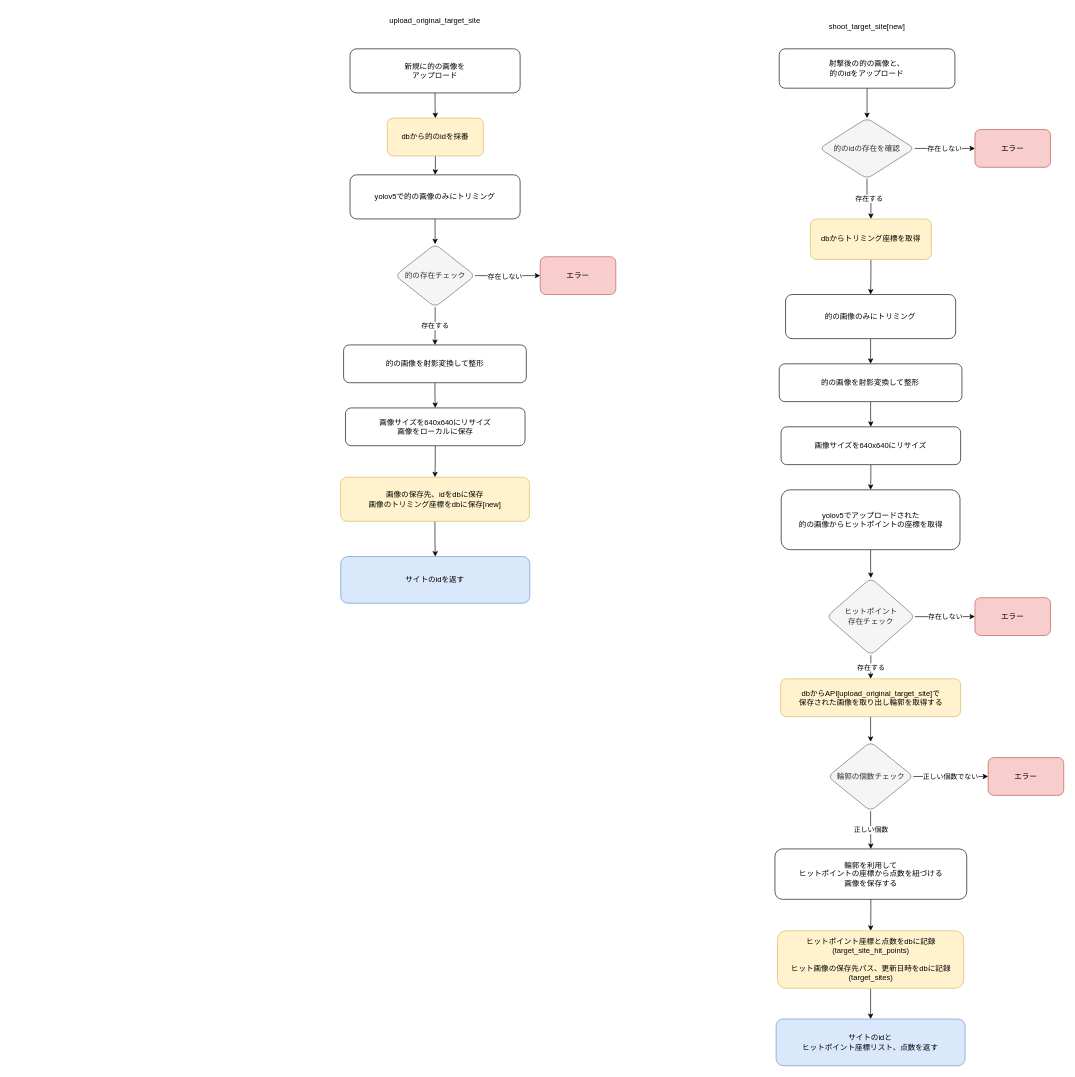
GTech9971/ApocalypseNow keeps this draw.io diagram as page "api-server flow ver2" (1 of 2) of ap2n-flow.drawio. Above is the earlier version. Source tidied: cells renumbered, new cells numbered last; positions are measured from the earlier drawing's top-left corner, leaving out a move shared by most shapes. Both pictures are drawn from the tidied source at 63%, with x=0, y=0 at pixel (340, 11).
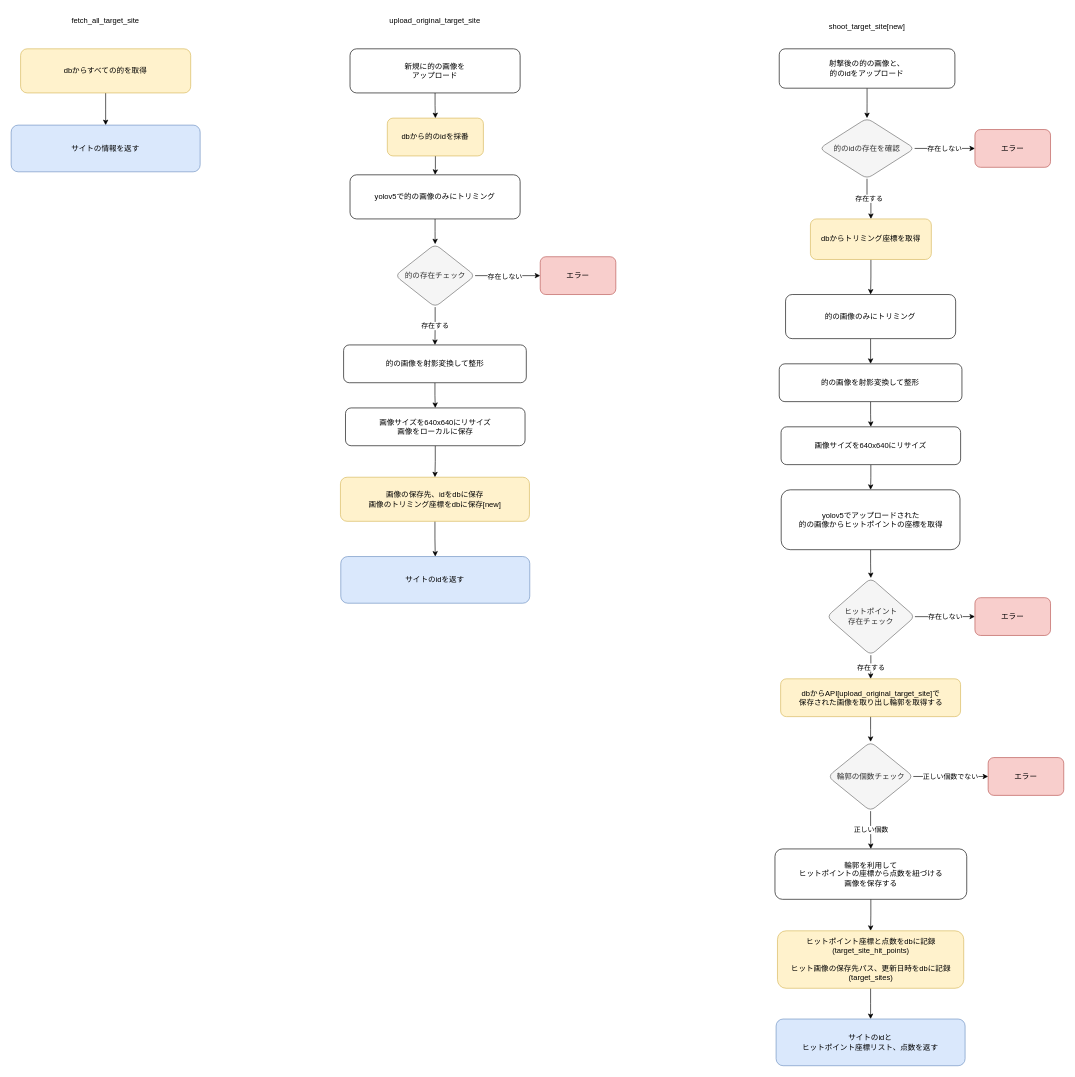
The same diagram, later.

What changed in the source:
```diff
@@
+    <mxCell id="53" style="edgeStyle=orthogonalEdgeStyle;rounded=0;jettySize=auto;html=1;" parent="1" edge="1" source="54" target="55">
+      <mxGeometry relative="1" as="geometry" />
+    </mxCell>
+    <mxCell id="54" value="dbからすべての的を取得" style="rounded=1;whiteSpace=wrap;html=1;fontSize=12;glass=0;strokeWidth=1;shadow=0;fillColor=#fff2cc;strokeColor=#d6b656;" parent="1" vertex="1">
+      <mxGeometry x="-507.8" y="60" width="270" height="70" as="geometry" />
+    </mxCell>
+    <mxCell id="55" value="サイトの情報を返す" style="whiteSpace=wrap;html=1;rounded=1;glass=0;strokeWidth=1;shadow=0;fillColor=#dae8fc;strokeColor=#6c8ebf;" parent="1" vertex="1">
+      <mxGeometry x="-522.8" y="181.1" width="300" height="74.1" as="geometry" />
+    </mxCell>
+    <mxCell id="56" value="fetch_all_target_site" style="text;html=1;strokeColor=none;fillColor=none;align=center;verticalAlign=middle;whiteSpace=wrap;rounded=0;" parent="1" vertex="1">
+      <mxGeometry x="-455.5" width="166.4" height="30" as="geometry" />
+    </mxCell>
```
